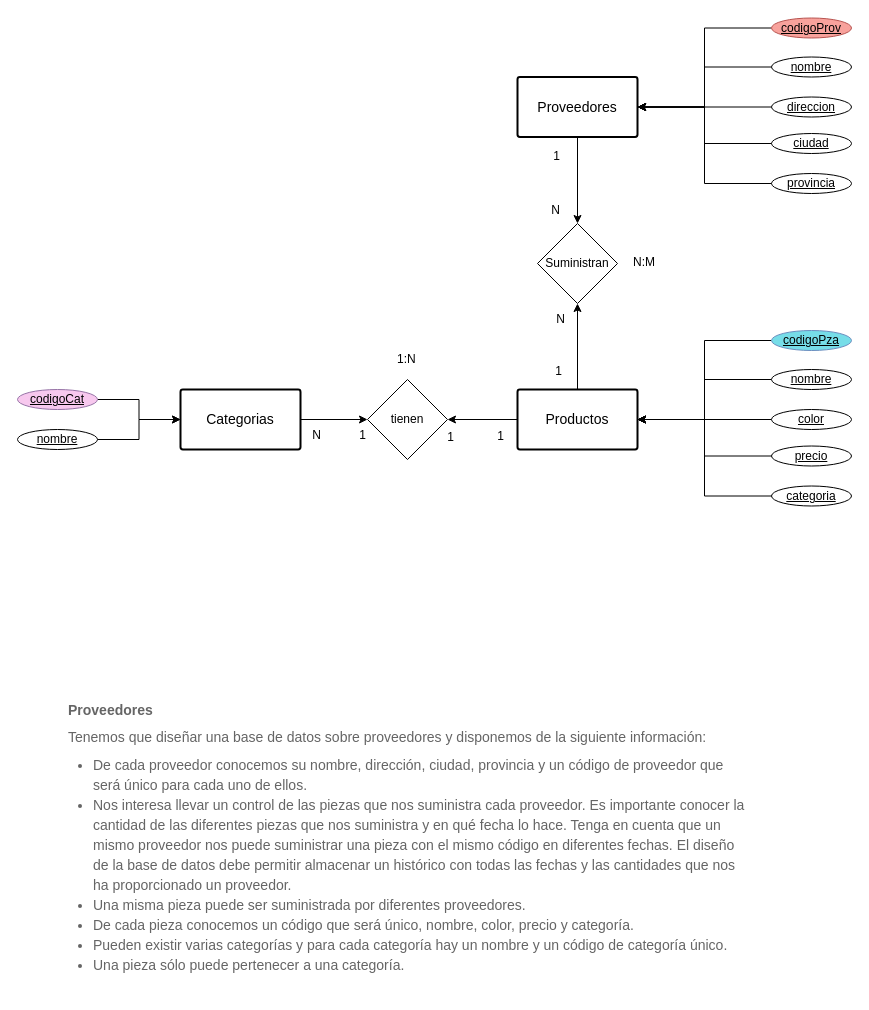
The draw.io diagram page "Página-4" (4 of 4) of Diagrama sin título.drawio in ErickCst/basesDatos, before the edit. Source tidied: cells renumbered, new cells numbered last; positions are measured from the earlier drawing's top-left corner, leaving out a move shared by most shapes. Both pictures are drawn from the tidied source at 100%, with x=0, y=0 at pixel (17, 17).
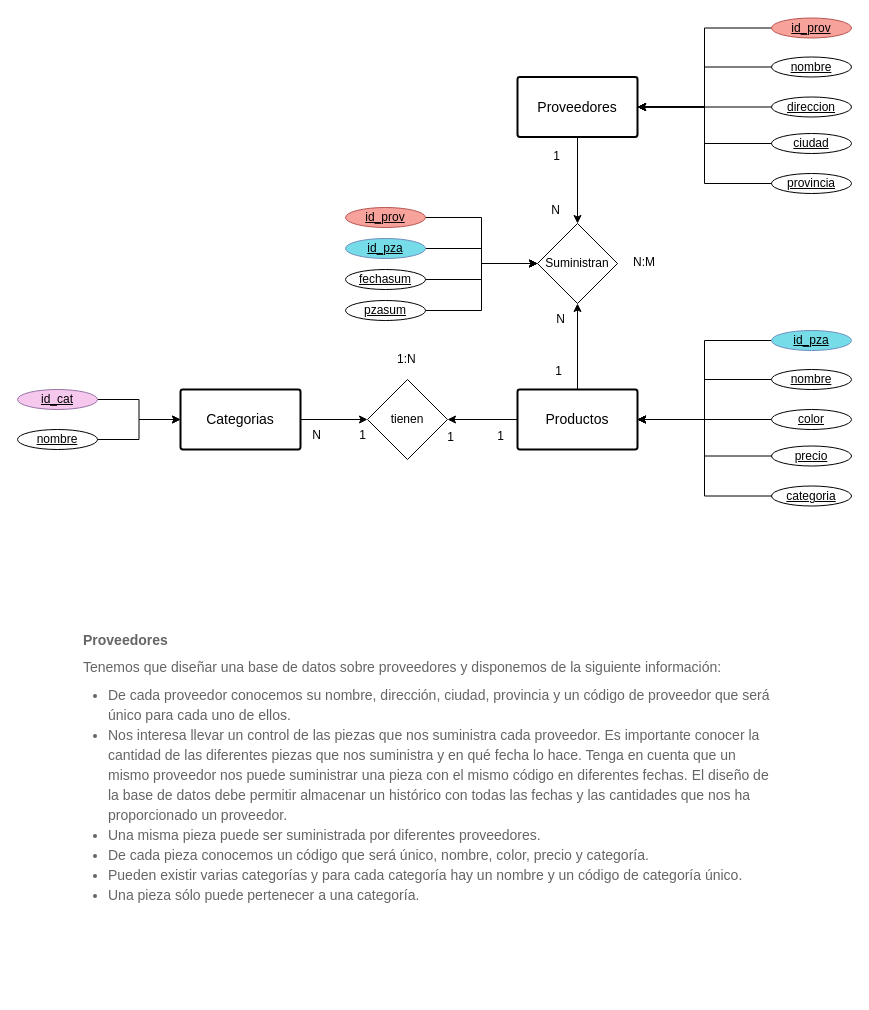
The same diagram, later.

Unchanged cells that the change refers to:
```xml
<mxCell id="35" value="Suministran" style="rhombus;whiteSpace=wrap;html=1;" parent="1" vertex="1">
  <mxGeometry x="520" y="206" width="80" height="80" as="geometry" />
</mxCell>
```

What changed in the source:
```diff
@@
     <mxCell id="2" value="&lt;p style=&quot;margin: 0px 0px 10px; color: rgb(101, 101, 101); font-family: &amp;quot;Source Sans 3&amp;quot;, sans-serif; font-size: 14px; text-align: left; background-color: rgb(255, 255, 255);&quot; dir=&quot;ltr&quot;&gt;&lt;strong&gt;Proveedores&lt;/strong&gt;&lt;/p&gt;&lt;p style=&quot;margin: 0px 0px 10px; color: rgb(101, 101, 101); font-family: &amp;quot;Source Sans 3&amp;quot;, sans-serif; font-size: 14px; text-align: left; background-color: rgb(255, 255, 255);&quot; dir=&quot;ltr&quot;&gt;Tenemos que diseñar una base de datos sobre proveedores y disponemos de&amp;nbsp;la siguiente información:&amp;nbsp;&lt;/p&gt;&lt;ul style=&quot;padding: 0px; margin: 0px 0px 10px 25px; color: rgb(101, 101, 101); font-family: &amp;quot;Source Sans 3&amp;quot;, sans-serif; font-size: 14px; text-align: left; background-color: rgb(255, 255, 255);&quot; id=&quot;yui_3_17_2_1_1696640603970_134&quot;&gt;&lt;li style=&quot;line-height: 20px;&quot; id=&quot;yui_3_17_2_1_1696640603970_133&quot; dir=&quot;ltr&quot;&gt;De cada proveedor conocemos su nombre, dirección, ciudad, provincia y un código de proveedor que será único para cada uno de ellos.&lt;/li&gt;&lt;li style=&quot;line-height: 20px;&quot; dir=&quot;ltr&quot;&gt;Nos interesa llevar un control de las piezas que nos suministra cada proveedor. Es importante conocer la cantidad de las diferentes piezas que nos suministra y en qué fecha lo hace. Tenga en cuenta que un mismo proveedor nos puede suministrar una pieza con el mismo código en diferentes fechas. El diseño de la base de datos debe permitir almacenar un histórico con todas las fechas y las cantidades que nos ha proporcionado un proveedor.&lt;/li&gt;&lt;li style=&quot;line-height: 20px;&quot; dir=&quot;ltr&quot;&gt;Una misma pieza puede ser suministrada por diferentes proveedores.&lt;/li&gt;&lt;li style=&quot;line-height: 20px;&quot; dir=&quot;ltr&quot;&gt;De cada pieza conocemos un código que será único, nombre, color, precio y categoría.&lt;/li&gt;&lt;li style=&quot;line-height: 20px;&quot; dir=&quot;ltr&quot;&gt;Pueden existir varias categorías y para cada categoría hay un nombre y un código de categoría único.&lt;/li&gt;&lt;li style=&quot;line-height: 20px;&quot; dir=&quot;ltr&quot;&gt;Una pieza sólo puede pertenecer a una categoría.&lt;/li&gt;&lt;/ul&gt;" style="text;html=1;strokeColor=none;fillColor=none;align=center;verticalAlign=middle;rounded=0;whiteSpace=wrap;" parent="1" vertex="1">
-      <mxGeometry x="50" y="676" width="680" height="300" as="geometry" />
+      <mxGeometry x="65" y="606" width="690" height="300" as="geometry" />
     </mxCell>
@@
-    <mxCell id="10" value="codigoProv" style="ellipse;whiteSpace=wrap;html=1;align=center;fontStyle=4;fillColor=#F8A29C;strokeColor=#b85450;" parent="1" vertex="1">
+    <mxCell id="10" value="id_prov" style="ellipse;whiteSpace=wrap;html=1;align=center;fontStyle=4;fillColor=#F8A29C;strokeColor=#b85450;" parent="1" vertex="1">
       <mxGeometry x="754" y="0.5" width="80" height="20" as="geometry" />
     </mxCell>
@@
-    <mxCell id="24" value="codigoPza" style="ellipse;whiteSpace=wrap;html=1;align=center;fontStyle=4;fillColor=#76DDE8;strokeColor=#6c8ebf;" parent="1" vertex="1">
+    <mxCell id="24" value="id_pza" style="ellipse;whiteSpace=wrap;html=1;align=center;fontStyle=4;fillColor=#76DDE8;strokeColor=#6c8ebf;" parent="1" vertex="1">
       <mxGeometry x="754" y="313" width="80" height="20" as="geometry" />
     </mxCell>
@@
-    <mxCell id="34" value="codigoCat" style="ellipse;whiteSpace=wrap;html=1;align=center;fontStyle=4;fillColor=#F7C8EE;strokeColor=#9673a6;" parent="1" vertex="1">
+    <mxCell id="34" value="id_cat" style="ellipse;whiteSpace=wrap;html=1;align=center;fontStyle=4;fillColor=#F7C8EE;strokeColor=#9673a6;" parent="1" vertex="1">
       <mxGeometry y="372" width="80" height="20" as="geometry" />
     </mxCell>
@@
+    <mxCell id="46" style="edgeStyle=orthogonalEdgeStyle;rounded=0;jettySize=auto;html=1;" parent="1" edge="1" source="47" target="35">
+      <mxGeometry relative="1" as="geometry" />
+    </mxCell>
+    <mxCell id="47" value="id_prov" style="ellipse;whiteSpace=wrap;html=1;align=center;fontStyle=4;fillColor=#F8A29C;strokeColor=#b85450;" parent="1" vertex="1">
+      <mxGeometry x="328" y="190" width="80" height="20" as="geometry" />
+    </mxCell>
+    <mxCell id="48" style="edgeStyle=orthogonalEdgeStyle;rounded=0;jettySize=auto;html=1;" parent="1" edge="1" source="49" target="35">
+      <mxGeometry relative="1" as="geometry" />
+    </mxCell>
+    <mxCell id="49" value="id_pza" style="ellipse;whiteSpace=wrap;html=1;align=center;fontStyle=4;fillColor=#76DDE8;strokeColor=#6c8ebf;" parent="1" vertex="1">
+      <mxGeometry x="328" y="221" width="80" height="20" as="geometry" />
+    </mxCell>
+    <mxCell id="50" style="edgeStyle=orthogonalEdgeStyle;rounded=0;jettySize=auto;html=1;" parent="1" edge="1" source="51" target="35">
+      <mxGeometry relative="1" as="geometry" />
+    </mxCell>
+    <mxCell id="51" value="fechasum" style="ellipse;whiteSpace=wrap;html=1;align=center;fontStyle=4;" parent="1" vertex="1">
+      <mxGeometry x="328" y="252" width="80" height="20" as="geometry" />
+    </mxCell>
+    <mxCell id="52" style="edgeStyle=orthogonalEdgeStyle;rounded=0;jettySize=auto;html=1;" parent="1" edge="1" source="53" target="35">
+      <mxGeometry relative="1" as="geometry" />
+    </mxCell>
+    <mxCell id="53" value="pzasum" style="ellipse;whiteSpace=wrap;html=1;align=center;fontStyle=4;" parent="1" vertex="1">
+      <mxGeometry x="328" y="283" width="80" height="20" as="geometry" />
+    </mxCell>
```
